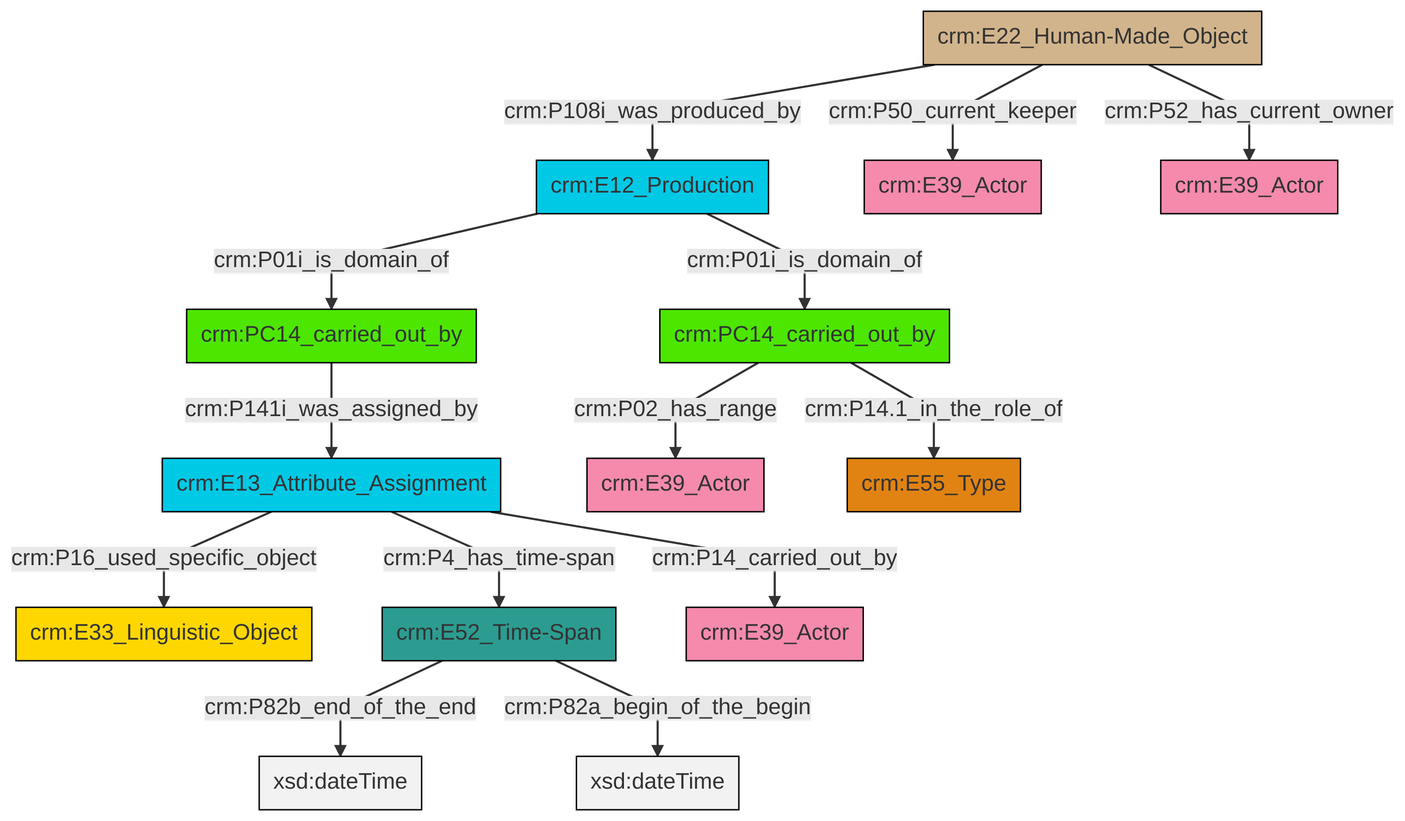
Above: et/carrierCSV/ttl/mmd/png/carrier_relations.png in swiss-art-research-net/docs.swissartresearch (Mermaid), before the change. Its source is kept beside it as et/carrierCSV/ttl/mmd/carrier_relations.ttl.mmd.
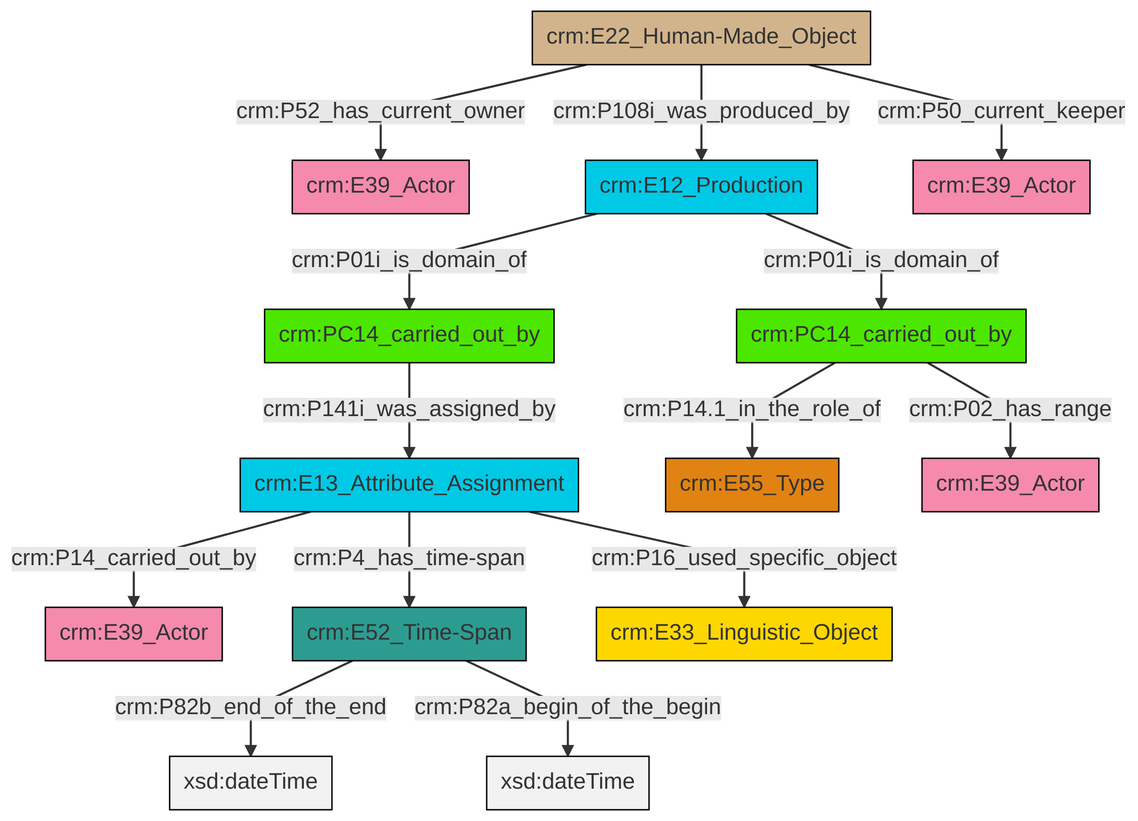
Later version of the same file.

Change to the diagram source:
```diff
@@ -13,16 +13,16 @@
 classDef PC_Classes fill:#4ce600, stroke:#000000;
 classDef Multi fill:#cccccc,stroke:#000000;
 
-0["crm:E12_Production"]:::Temporal_Entity -->|crm:P01i_is_domain_of| 1["crm:PC14_carried_out_by"]:::PC_Classes
-2["crm:E13_Attribute_Assignment"]:::Temporal_Entity -->|crm:P16_used_specific_object| 3["crm:E33_Linguistic_Object"]:::Conceptual_Object
-6["crm:E52_Time-Span"]:::Time-Span -->|crm:P82b_end_of_the_end| 13[xsd:dateTime]:::Literal
-2["crm:E13_Attribute_Assignment"]:::Temporal_Entity -->|crm:P4_has_time-span| 6["crm:E52_Time-Span"]:::Time-Span
-1["crm:PC14_carried_out_by"]:::PC_Classes -->|crm:P14.1_in_the_role_of| 16["crm:E55_Type"]:::Type
-17["crm:PC14_carried_out_by"]:::PC_Classes -->|crm:P141i_was_assigned_by| 2["crm:E13_Attribute_Assignment"]:::Temporal_Entity
-18["crm:E22_Human-Made_Object"]:::Physical_Thing -->|crm:P50_current_keeper| 4["crm:E39_Actor"]:::Actor
-18["crm:E22_Human-Made_Object"]:::Physical_Thing -->|crm:P52_has_current_owner| 8["crm:E39_Actor"]:::Actor
-2["crm:E13_Attribute_Assignment"]:::Temporal_Entity -->|crm:P14_carried_out_by| 10["crm:E39_Actor"]:::Actor
-1["crm:PC14_carried_out_by"]:::PC_Classes -->|crm:P02_has_range| 14["crm:E39_Actor"]:::Actor
-18["crm:E22_Human-Made_Object"]:::Physical_Thing -->|crm:P108i_was_produced_by| 0["crm:E12_Production"]:::Temporal_Entity
-0["crm:E12_Production"]:::Temporal_Entity -->|crm:P01i_is_domain_of| 17["crm:PC14_carried_out_by"]:::PC_Classes
-6["crm:E52_Time-Span"]:::Time-Span -->|crm:P82a_begin_of_the_begin| 22[xsd:dateTime]:::Literal
+4["crm:PC14_carried_out_by"]:::PC_Classes -->|crm:P14.1_in_the_role_of| 8["crm:E55_Type"]:::Type
+13["crm:E13_Attribute_Assignment"]:::Temporal_Entity -->|crm:P14_carried_out_by| 2["crm:E39_Actor"]:::Actor
+6["crm:E22_Human-Made_Object"]:::Physical_Thing -->|crm:P52_has_current_owner| 14["crm:E39_Actor"]:::Actor
+16["crm:E52_Time-Span"]:::Time-Span -->|crm:P82b_end_of_the_end| 17[xsd:dateTime]:::Literal
+13["crm:E13_Attribute_Assignment"]:::Temporal_Entity -->|crm:P4_has_time-span| 16["crm:E52_Time-Span"]:::Time-Span
+13["crm:E13_Attribute_Assignment"]:::Temporal_Entity -->|crm:P16_used_specific_object| 18["crm:E33_Linguistic_Object"]:::Conceptual_Object
+11["crm:E12_Production"]:::Temporal_Entity -->|crm:P01i_is_domain_of| 9["crm:PC14_carried_out_by"]:::PC_Classes
+11["crm:E12_Production"]:::Temporal_Entity -->|crm:P01i_is_domain_of| 4["crm:PC14_carried_out_by"]:::PC_Classes
+16["crm:E52_Time-Span"]:::Time-Span -->|crm:P82a_begin_of_the_begin| 23[xsd:dateTime]:::Literal
+4["crm:PC14_carried_out_by"]:::PC_Classes -->|crm:P02_has_range| 20["crm:E39_Actor"]:::Actor
+9["crm:PC14_carried_out_by"]:::PC_Classes -->|crm:P141i_was_assigned_by| 13["crm:E13_Attribute_Assignment"]:::Temporal_Entity
+6["crm:E22_Human-Made_Object"]:::Physical_Thing -->|crm:P108i_was_produced_by| 11["crm:E12_Production"]:::Temporal_Entity
+6["crm:E22_Human-Made_Object"]:::Physical_Thing -->|crm:P50_current_keeper| 0["crm:E39_Actor"]:::Actor
```
